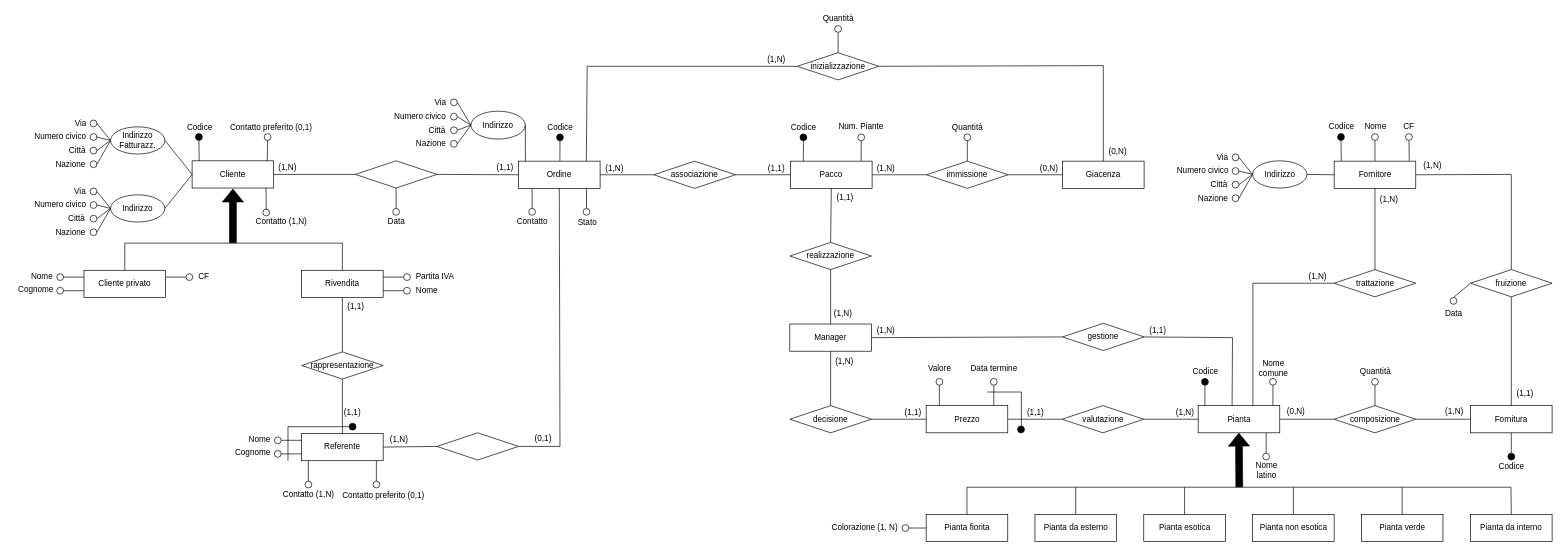
Earlier version of the draw.io diagram ER-diagrams/ER-master.drawio (nic-agos/Verde-S.R.L). Source tidied: cells renumbered, new cells numbered last; positions are measured from the earlier drawing's top-left corner, leaving out a move shared by most shapes. Both pictures are drawn from the tidied source at 68%, with x=0, y=0 at pixel (12, 12).
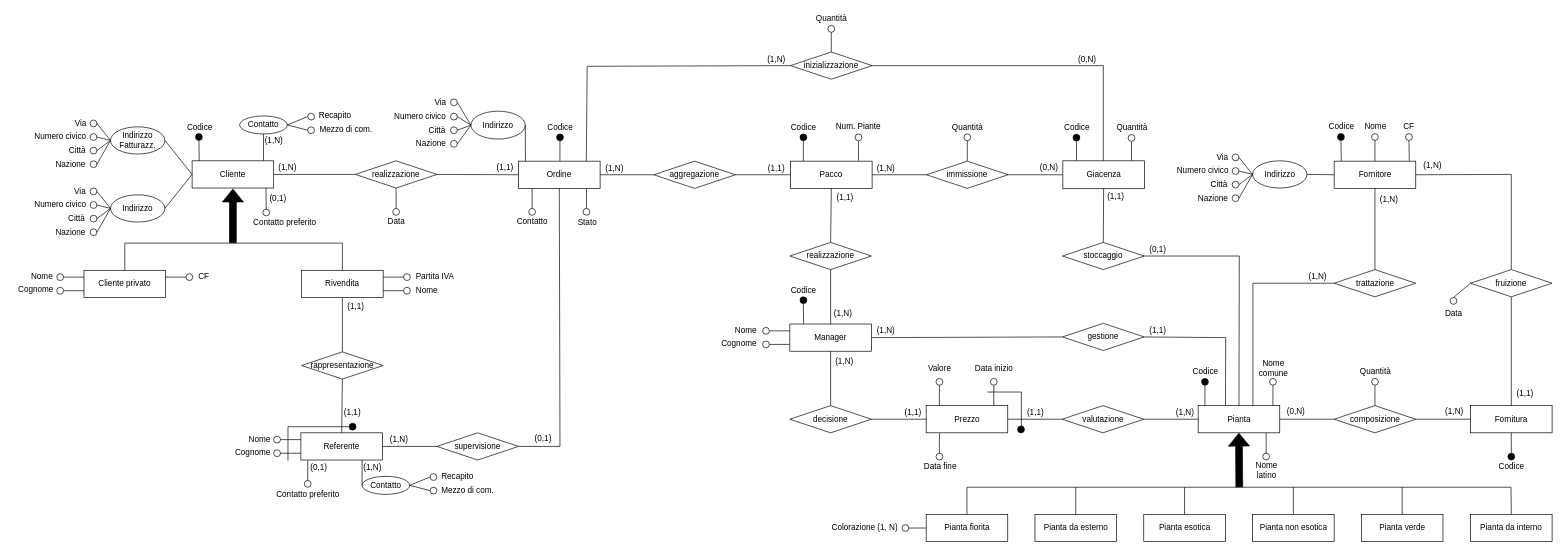
After the change.

Unchanged cells that the change refers to:
```xml
<mxCell id="2" value="Cliente" style="rounded=0;whiteSpace=wrap;html=1;strokeWidth=1;perimeterSpacing=0;" parent="1" vertex="1">
  <mxGeometry x="265" y="219" width="120" height="40" as="geometry" />
</mxCell>
<mxCell id="81" value="Pacco" style="rounded=0;whiteSpace=wrap;html=1;strokeWidth=1;perimeterSpacing=0;" parent="1" vertex="1">
  <mxGeometry x="1145" y="219.5" width="120" height="40" as="geometry" />
</mxCell>
<mxCell id="94" value="immissione" style="rhombus;whiteSpace=wrap;html=1;" parent="1" vertex="1">
  <mxGeometry x="1345" y="219.5" width="120" height="40" as="geometry" />
</mxCell>
<mxCell id="143" value="Pianta" style="rounded=0;whiteSpace=wrap;html=1;strokeWidth=1;perimeterSpacing=0;" parent="1" vertex="1">
  <mxGeometry x="1744.5" y="579" width="120" height="40" as="geometry" />
</mxCell>
<mxCell id="165" value="Prezzo" style="rounded=0;whiteSpace=wrap;html=1;strokeWidth=1;perimeterSpacing=0;" parent="1" vertex="1">
  <mxGeometry x="1344.5" y="579" width="120" height="40" as="geometry" />
</mxCell>
<mxCell id="179" value="Manager" style="rounded=0;whiteSpace=wrap;html=1;strokeWidth=1;perimeterSpacing=0;" parent="1" vertex="1">
  <mxGeometry x="1144" y="459" width="120" height="40" as="geometry" />
</mxCell>
<mxCell id="181" value="gestione" style="rhombus;whiteSpace=wrap;html=1;" parent="1" vertex="1">
  <mxGeometry x="1545" y="458" width="120" height="40" as="geometry" />
</mxCell>
```

Diff of the diagram source:
```diff
@@
-    <mxCell id="7" value="Contatto (1,N)" style="text;html=1;align=center;verticalAlign=middle;strokeColor=none;fillColor=none;" parent="1" vertex="1">
-      <mxGeometry x="351" y="299" width="90" height="20" as="geometry" />
-    </mxCell>
@@
-    <mxCell id="22" value="Contatto preferito (0,1)" style="text;html=1;align=center;verticalAlign=middle;strokeColor=none;fillColor=none;" parent="1" vertex="1">
-      <mxGeometry x="311" y="160" width="140" height="20" as="geometry" />
+    <mxCell id="22" value="Contatto preferito" style="text;html=1;align=center;verticalAlign=middle;strokeColor=none;fillColor=none;" parent="1" vertex="1">
+      <mxGeometry x="346" y="300" width="110" height="20" as="geometry" />
     </mxCell>
@@
     <mxCell id="44" value="Referente" style="rounded=0;whiteSpace=wrap;html=1;strokeWidth=1;perimeterSpacing=0;" parent="1" vertex="1">
-      <mxGeometry x="426" y="620" width="120" height="40" as="geometry" />
+      <mxGeometry x="425" y="619" width="120" height="40" as="geometry" />
     </mxCell>
@@
     <mxCell id="48" style="ellipse;whiteSpace=wrap;html=1;strokeWidth=1;fillColor=none;" parent="1" vertex="1">
-      <mxGeometry x="386" y="625" width="10" height="10" as="geometry" />
+      <mxGeometry x="385" y="624" width="10" height="10" as="geometry" />
     </mxCell>
-    <mxCell id="49" style="endArrow=none;html=1;rounded=0;fillColor=#000000;exitX=1;exitY=0.5;exitDx=0;exitDy=0;entryX=0;entryY=0.25;entryDx=0;entryDy=0;" parent="1" edge="1" source="48">
-      <mxGeometry relative="1" as="geometry">
-        <mxPoint x="426" y="630" as="targetPoint" />
-      </mxGeometry>
+    <mxCell id="49" style="endArrow=none;html=1;rounded=0;fillColor=#000000;exitX=1;exitY=0.5;exitDx=0;exitDy=0;entryX=0;entryY=0.25;entryDx=0;entryDy=0;" parent="1" edge="1" source="48" target="44">
+      <mxGeometry relative="1" as="geometry" />
     </mxCell>
@@
     <mxCell id="51" style="ellipse;whiteSpace=wrap;html=1;strokeWidth=1;fillColor=none;" parent="1" vertex="1">
-      <mxGeometry x="386" y="645" width="10" height="10" as="geometry" />
+      <mxGeometry x="385" y="644" width="10" height="10" as="geometry" />
     </mxCell>
-    <mxCell id="52" style="endArrow=none;html=1;rounded=0;fillColor=#000000;entryX=0;entryY=0.75;entryDx=0;entryDy=0;" parent="1" edge="1">
-      <mxGeometry relative="1" as="geometry">
-        <mxPoint x="396" y="650" as="sourcePoint" />
-        <mxPoint x="426" y="650" as="targetPoint" />
-      </mxGeometry>
+    <mxCell id="52" style="endArrow=none;html=1;rounded=0;fillColor=#000000;entryX=0;entryY=0.75;entryDx=0;entryDy=0;exitX=1;exitY=0.5;exitDx=0;exitDy=0;" parent="1" edge="1" source="51" target="44">
+      <mxGeometry relative="1" as="geometry" />
     </mxCell>
@@
-    <mxCell id="54" value="Contatto (1,N)" style="text;html=1;align=center;verticalAlign=middle;strokeColor=none;fillColor=none;" parent="1" vertex="1">
-      <mxGeometry x="391" y="700" width="90" height="20" as="geometry" />
-    </mxCell>
-    <mxCell id="55" value="Contatto preferito (0,1)" style="text;html=1;align=center;verticalAlign=middle;strokeColor=none;fillColor=none;" parent="1" vertex="1">
-      <mxGeometry x="476" y="701" width="140" height="20" as="geometry" />
+    <mxCell id="55" value="Contatto preferito" style="text;html=1;align=center;verticalAlign=middle;strokeColor=none;fillColor=none;" parent="1" vertex="1">
+      <mxGeometry x="380" y="700" width="110" height="20" as="geometry" />
     </mxCell>
@@
-    <mxCell id="61" style="ellipse;whiteSpace=wrap;html=1;strokeWidth=1;fillColor=none;" parent="1" vertex="1">
-      <mxGeometry x="371" y="179" width="10" height="10" as="geometry" />
-    </mxCell>
-    <mxCell id="62" style="rhombus;whiteSpace=wrap;html=1;" parent="1" vertex="1">
+    <mxCell id="62" value="realizzazione" style="rhombus;whiteSpace=wrap;html=1;" parent="1" vertex="1">
       <mxGeometry x="505" y="219" width="120" height="40" as="geometry" />
     </mxCell>
@@
-    <mxCell id="78" style="endArrow=none;html=1;rounded=0;entryX=0.5;entryY=1;entryDx=0;entryDy=0;exitX=0.921;exitY=0.014;exitDx=0;exitDy=0;exitPerimeter=0;" parent="1" edge="1" source="2" target="61">
+    <mxCell id="78" style="endArrow=none;html=1;rounded=0;entryX=0.5;entryY=1;entryDx=0;entryDy=0;exitX=0.875;exitY=-0.003;exitDx=0;exitDy=0;exitPerimeter=0;" parent="1" edge="1" source="2" target="276">
       <mxGeometry relative="1" as="geometry" />
     </mxCell>
@@
-    <mxCell id="90" value="associazione" style="rhombus;whiteSpace=wrap;html=1;" parent="1" vertex="1">
+    <mxCell id="90" value="aggregazione" style="rhombus;whiteSpace=wrap;html=1;" parent="1" vertex="1">
       <mxGeometry x="944" y="219.5" width="120" height="40" as="geometry" />
     </mxCell>
@@
-    <mxCell id="93" value="Giacenza" style="rounded=0;whiteSpace=wrap;html=1;strokeWidth=1;perimeterSpacing=0;" parent="1" vertex="1">
-      <mxGeometry x="1545" y="219.5" width="120" height="40" as="geometry" />
-    </mxCell>
@@
-    <mxCell id="96" style="endArrow=none;html=1;rounded=0;entryX=0;entryY=0.5;entryDx=0;entryDy=0;exitX=1;exitY=0.5;exitDx=0;exitDy=0;" parent="1" edge="1" source="94" target="93">
+    <mxCell id="96" style="endArrow=none;html=1;rounded=0;exitX=1;exitY=0.5;exitDx=0;exitDy=0;entryX=0;entryY=0.5;entryDx=0;entryDy=0;" parent="1" edge="1" source="94" target="93">
       <mxGeometry relative="1" as="geometry" />
     </mxCell>
-    <mxCell id="97" style="endArrow=none;html=1;rounded=0;fillColor=#000000;entryX=0.166;entryY=0;entryDx=0;entryDy=0;entryPerimeter=0;exitX=0.5;exitY=1;exitDx=0;exitDy=0;" parent="1" edge="1" source="98">
-      <mxGeometry relative="1" as="geometry">
-        <mxPoint x="1248.9" y="219.5" as="targetPoint" />
-      </mxGeometry>
+    <mxCell id="97" style="endArrow=none;html=1;rounded=0;fillColor=#000000;exitX=0.5;exitY=1;exitDx=0;exitDy=0;entryX=0.833;entryY=-0.013;entryDx=0;entryDy=0;entryPerimeter=0;" parent="1" edge="1" source="98" target="81">
+      <mxGeometry relative="1" as="geometry" />
     </mxCell>
     <mxCell id="98" style="ellipse;whiteSpace=wrap;html=1;strokeWidth=1;fillColor=none;" parent="1" vertex="1">
-      <mxGeometry x="1244" y="179.5" width="10" height="10" as="geometry" />
+      <mxGeometry x="1240" y="179.5" width="10" height="10" as="geometry" />
     </mxCell>
     <mxCell id="99" value="&lt;span style=&quot;color: rgb(0 , 0 , 0) ; font-family: &amp;#34;helvetica&amp;#34; ; font-size: 12px ; font-style: normal ; font-weight: 400 ; letter-spacing: normal ; text-align: center ; text-indent: 0px ; text-transform: none ; word-spacing: 0px ; background-color: rgb(248 , 249 , 250) ; display: inline ; float: none&quot;&gt;Num. Piante&lt;/span&gt;" style="text;whiteSpace=wrap;html=1;" parent="1" vertex="1">
-      <mxGeometry x="1214" y="154.5" width="80" height="30" as="geometry" />
+      <mxGeometry x="1210" y="154.5" width="80" height="30" as="geometry" />
     </mxCell>
@@
     <mxCell id="102" value="inizializzazione" style="rhombus;whiteSpace=wrap;html=1;" parent="1" vertex="1">
-      <mxGeometry x="1155" y="60" width="120" height="40" as="geometry" />
+      <mxGeometry x="1145" y="59" width="120" height="40" as="geometry" />
     </mxCell>
@@
-    <mxCell id="117" style="endArrow=none;html=1;rounded=0;exitX=1;exitY=0.5;exitDx=0;exitDy=0;entryX=0.5;entryY=0;entryDx=0;entryDy=0;" parent="1" edge="1" source="102" target="93">
+    <mxCell id="117" style="endArrow=none;html=1;rounded=0;exitX=1;exitY=0.5;exitDx=0;exitDy=0;entryX=0.5;entryY=0;entryDx=0;entryDy=0;" parent="1" edge="1" source="102">
       <mxGeometry relative="1" as="geometry">
+        <mxPoint x="1605" y="219.5" as="targetPoint" />
         <Array as="points">
           <mxPoint x="1605" y="79" />
         </Array>
       </mxGeometry>
     </mxCell>
-    <mxCell id="118" style="endArrow=none;html=1;rounded=0;fillColor=#000000;exitX=0.5;exitY=1;exitDx=0;exitDy=0;" parent="1" edge="1" source="119">
-      <mxGeometry relative="1" as="geometry">
-        <mxPoint x="1215" y="60" as="targetPoint" />
-      </mxGeometry>
+    <mxCell id="118" style="endArrow=none;html=1;rounded=0;fillColor=#000000;exitX=0.5;exitY=1;exitDx=0;exitDy=0;entryX=0.5;entryY=0;entryDx=0;entryDy=0;" parent="1" edge="1" source="119" target="102">
+      <mxGeometry relative="1" as="geometry" />
     </mxCell>
     <mxCell id="119" style="ellipse;whiteSpace=wrap;html=1;strokeWidth=1;fillColor=none;" parent="1" vertex="1">
-      <mxGeometry x="1210" y="20" width="10" height="10" as="geometry" />
+      <mxGeometry x="1200" y="20" width="10" height="10" as="geometry" />
     </mxCell>
     <mxCell id="120" value="Quantità" style="text;html=1;align=center;verticalAlign=middle;strokeColor=none;fillColor=none;" parent="1" vertex="1">
-      <mxGeometry x="1185" width="60" height="20" as="geometry" />
+      <mxGeometry x="1175" width="60" height="20" as="geometry" />
     </mxCell>
@@
     <mxCell id="125" value="(0,N)" style="text;html=1;align=center;verticalAlign=middle;strokeColor=none;fillColor=none;" parent="1" vertex="1">
-      <mxGeometry x="1505" y="219.5" width="40" height="20" as="geometry" />
+      <mxGeometry x="1504.5" y="219" width="40" height="20" as="geometry" />
     </mxCell>
@@
-    <mxCell id="127" style="ellipse;whiteSpace=wrap;html=1;strokeWidth=1;fillColor=none;" parent="1" vertex="1">
-      <mxGeometry x="431" y="690" width="10" height="10" as="geometry" />
-    </mxCell>
-    <mxCell id="128" style="endArrow=none;html=1;rounded=0;entryX=0.917;entryY=1;entryDx=0;entryDy=0;entryPerimeter=0;" parent="1" edge="1">
-      <mxGeometry relative="1" as="geometry">
-        <mxPoint x="436" y="690" as="sourcePoint" />
-        <mxPoint x="436" y="660" as="targetPoint" />
-      </mxGeometry>
+    <mxCell id="128" style="endArrow=none;html=1;rounded=0;entryX=0.084;entryY=1.008;entryDx=0;entryDy=0;entryPerimeter=0;exitX=0.5;exitY=0;exitDx=0;exitDy=0;" parent="1" edge="1" source="294" target="44">
+      <mxGeometry relative="1" as="geometry" />
     </mxCell>
-    <mxCell id="129" style="ellipse;whiteSpace=wrap;html=1;strokeWidth=1;fillColor=none;" parent="1" vertex="1">
-      <mxGeometry x="531" y="690" width="10" height="10" as="geometry" />
-    </mxCell>
-    <mxCell id="130" style="endArrow=none;html=1;rounded=0;entryX=0.917;entryY=1;entryDx=0;entryDy=0;entryPerimeter=0;" parent="1" edge="1">
-      <mxGeometry relative="1" as="geometry">
-        <mxPoint x="536" y="690" as="sourcePoint" />
-        <mxPoint x="536" y="660" as="targetPoint" />
-      </mxGeometry>
-    </mxCell>
-    <mxCell id="131" style="rhombus;whiteSpace=wrap;html=1;" parent="1" vertex="1">
+    <mxCell id="131" value="supervisione" style="rhombus;whiteSpace=wrap;html=1;" parent="1" vertex="1">
       <mxGeometry x="625" y="619" width="120" height="40" as="geometry" />
     </mxCell>
@@
     <mxCell id="137" value="(0,N)" style="text;html=1;align=center;verticalAlign=middle;strokeColor=none;fillColor=none;" parent="1" vertex="1">
-      <mxGeometry x="1606" y="196" width="40" height="20" as="geometry" />
+      <mxGeometry x="1560.5" y="60" width="40" height="20" as="geometry" />
     </mxCell>
@@
-    <mxCell id="173" value="Data termine" style="text;html=1;align=center;verticalAlign=middle;strokeColor=none;fillColor=none;" parent="1" vertex="1">
-      <mxGeometry x="1404" y="514" width="80" height="20" as="geometry" />
+    <mxCell id="173" value="Data inizio" style="text;html=1;align=center;verticalAlign=middle;strokeColor=none;fillColor=none;" parent="1" vertex="1">
+      <mxGeometry x="1409" y="514" width="70" height="20" as="geometry" />
     </mxCell>
@@
-    <mxCell id="221" style="endArrow=none;html=1;rounded=0;exitX=1;exitY=0.5;exitDx=0;exitDy=0;entryX=0.416;entryY=0.001;entryDx=0;entryDy=0;entryPerimeter=0;" parent="1" edge="1" source="181" target="143">
+    <mxCell id="221" style="endArrow=none;html=1;rounded=0;exitX=1;exitY=0.5;exitDx=0;exitDy=0;entryX=0.335;entryY=-0.006;entryDx=0;entryDy=0;entryPerimeter=0;" parent="1" edge="1" source="181" target="143">
       <mxGeometry relative="1" as="geometry">
         <Array as="points">
-          <mxPoint x="1795" y="479" />
+          <mxPoint x="1785" y="479" />
         </Array>
       </mxGeometry>
     </mxCell>
@@
+    <mxCell id="253" value="stoccaggio" style="rhombus;whiteSpace=wrap;html=1;" parent="1" vertex="1">
+      <mxGeometry x="1545" y="339" width="120" height="40" as="geometry" />
+    </mxCell>
+    <mxCell id="93" value="Giacenza" style="rounded=0;whiteSpace=wrap;html=1;strokeWidth=1;perimeterSpacing=0;" parent="1" vertex="1">
+      <mxGeometry x="1545.5" y="219" width="120" height="41" as="geometry" />
+    </mxCell>
+    <mxCell id="254" style="endArrow=none;html=1;rounded=0;fillColor=#000000;exitX=0.5;exitY=1;exitDx=0;exitDy=0;entryX=0.168;entryY=-0.011;entryDx=0;entryDy=0;entryPerimeter=0;" parent="1" edge="1" source="255" target="93">
+      <mxGeometry relative="1" as="geometry" />
+    </mxCell>
+    <mxCell id="255" style="ellipse;whiteSpace=wrap;html=1;strokeWidth=1;fillColor=#000000;" parent="1" vertex="1">
+      <mxGeometry x="1560.5" y="180" width="10" height="10" as="geometry" />
+    </mxCell>
+    <mxCell id="256" value="Codice" style="text;html=1;align=center;verticalAlign=middle;strokeColor=none;fillColor=none;" parent="1" vertex="1">
+      <mxGeometry x="1540.5" y="160" width="50" height="20" as="geometry" />
+    </mxCell>
+    <mxCell id="257" style="endArrow=none;html=1;rounded=0;fillColor=#000000;exitX=0.5;exitY=1;exitDx=0;exitDy=0;entryX=0.842;entryY=-0.009;entryDx=0;entryDy=0;entryPerimeter=0;" parent="1" edge="1" source="258" target="93">
+      <mxGeometry relative="1" as="geometry" />
+    </mxCell>
+    <mxCell id="258" style="ellipse;whiteSpace=wrap;html=1;strokeWidth=1;fillColor=none;" parent="1" vertex="1">
+      <mxGeometry x="1641.5" y="180.4" width="10" height="10" as="geometry" />
+    </mxCell>
+    <mxCell id="259" value="Quantità" style="text;html=1;align=center;verticalAlign=middle;strokeColor=none;fillColor=none;" parent="1" vertex="1">
+      <mxGeometry x="1616.5" y="160.4" width="60" height="20" as="geometry" />
+    </mxCell>
+    <mxCell id="260" style="endArrow=none;html=1;rounded=0;entryX=0.5;entryY=1;entryDx=0;entryDy=0;exitX=0.5;exitY=0;exitDx=0;exitDy=0;" parent="1" edge="1" source="253" target="93">
+      <mxGeometry relative="1" as="geometry" />
+    </mxCell>
+    <mxCell id="261" style="endArrow=none;html=1;rounded=0;entryX=0.5;entryY=0;entryDx=0;entryDy=0;exitX=1;exitY=0.5;exitDx=0;exitDy=0;" parent="1" edge="1" source="253" target="143">
+      <mxGeometry relative="1" as="geometry">
+        <Array as="points">
+          <mxPoint x="1805" y="359" />
+        </Array>
+      </mxGeometry>
+    </mxCell>
+    <mxCell id="262" value="(0,1)" style="text;html=1;align=center;verticalAlign=middle;strokeColor=none;fillColor=none;" parent="1" vertex="1">
+      <mxGeometry x="1665" y="339" width="40" height="20" as="geometry" />
+    </mxCell>
+    <mxCell id="263" value="(1,1)" style="text;html=1;align=center;verticalAlign=middle;strokeColor=none;fillColor=none;" parent="1" vertex="1">
+      <mxGeometry x="1603" y="262" width="40" height="20" as="geometry" />
+    </mxCell>
+    <mxCell id="264" style="ellipse;whiteSpace=wrap;html=1;strokeWidth=1;fillColor=#000000;" parent="1" vertex="1">
+      <mxGeometry x="1159" y="419" width="10" height="10" as="geometry" />
+    </mxCell>
+    <mxCell id="265" style="endArrow=none;html=1;rounded=0;entryX=0.5;entryY=1;entryDx=0;entryDy=0;exitX=0.169;exitY=-0.004;exitDx=0;exitDy=0;exitPerimeter=0;" parent="1" edge="1" source="179" target="264">
+      <mxGeometry relative="1" as="geometry" />
+    </mxCell>
+    <mxCell id="266" value="Codice" style="text;html=1;align=center;verticalAlign=middle;strokeColor=none;fillColor=none;" parent="1" vertex="1">
+      <mxGeometry x="1139" y="400" width="50" height="20" as="geometry" />
+    </mxCell>
+    <mxCell id="267" style="ellipse;whiteSpace=wrap;html=1;strokeWidth=1;fillColor=none;" parent="1" vertex="1">
+      <mxGeometry x="1104" y="464" width="10" height="10" as="geometry" />
+    </mxCell>
+    <mxCell id="268" style="ellipse;whiteSpace=wrap;html=1;strokeWidth=1;fillColor=none;" parent="1" vertex="1">
+      <mxGeometry x="1104" y="484" width="10" height="10" as="geometry" />
+    </mxCell>
+    <mxCell id="269" style="endArrow=none;html=1;rounded=0;exitX=1;exitY=0.5;exitDx=0;exitDy=0;entryX=0;entryY=0.75;entryDx=0;entryDy=0;" parent="1" edge="1" source="268" target="179">
+      <mxGeometry relative="1" as="geometry" />
+    </mxCell>
+    <mxCell id="270" style="endArrow=none;html=1;rounded=0;exitX=1;exitY=0.5;exitDx=0;exitDy=0;entryX=0;entryY=0.25;entryDx=0;entryDy=0;" parent="1" edge="1" source="267" target="179">
+      <mxGeometry relative="1" as="geometry" />
+    </mxCell>
+    <mxCell id="271" value="Nome" style="text;html=1;align=center;verticalAlign=middle;strokeColor=none;fillColor=none;" parent="1" vertex="1">
+      <mxGeometry x="1054" y="458" width="50" height="20" as="geometry" />
+    </mxCell>
+    <mxCell id="272" value="Cognome" style="text;html=1;align=center;verticalAlign=middle;strokeColor=none;fillColor=none;" parent="1" vertex="1">
+      <mxGeometry x="1034" y="478" width="70" height="20" as="geometry" />
+    </mxCell>
+    <mxCell id="273" style="ellipse;whiteSpace=wrap;html=1;strokeWidth=1;fillColor=none;" parent="1" vertex="1">
+      <mxGeometry x="1359" y="649" width="10" height="10" as="geometry" />
+    </mxCell>
+    <mxCell id="274" style="endArrow=none;html=1;rounded=0;exitX=0.5;exitY=0;exitDx=0;exitDy=0;entryX=0.162;entryY=1.011;entryDx=0;entryDy=0;entryPerimeter=0;" parent="1" edge="1" source="273" target="165">
+      <mxGeometry relative="1" as="geometry" />
+    </mxCell>
+    <mxCell id="275" value="Data fine" style="text;html=1;align=center;verticalAlign=middle;strokeColor=none;fillColor=none;" parent="1" vertex="1">
+      <mxGeometry x="1335" y="659" width="60" height="20" as="geometry" />
+    </mxCell>
+    <mxCell id="276" value="Contatto" style="ellipse;whiteSpace=wrap;html=1;" parent="1" vertex="1">
+      <mxGeometry x="335" y="153" width="70" height="26.5" as="geometry" />
+    </mxCell>
+    <mxCell id="277" value="(1,N)" style="text;html=1;align=center;verticalAlign=middle;strokeColor=none;fillColor=none;" parent="1" vertex="1">
+      <mxGeometry x="365" y="180.4" width="40" height="20" as="geometry" />
+    </mxCell>
+    <mxCell id="278" value="(0,1)" style="text;html=1;align=center;verticalAlign=middle;strokeColor=none;fillColor=none;" parent="1" vertex="1">
+      <mxGeometry x="371" y="264" width="40" height="20" as="geometry" />
+    </mxCell>
+    <mxCell id="279" style="ellipse;whiteSpace=wrap;html=1;strokeWidth=1;fillColor=none;" parent="1" vertex="1">
+      <mxGeometry x="435" y="149" width="10" height="10" as="geometry" />
+    </mxCell>
+    <mxCell id="280" style="ellipse;whiteSpace=wrap;html=1;strokeWidth=1;fillColor=none;" parent="1" vertex="1">
+      <mxGeometry x="435" y="169" width="10" height="10" as="geometry" />
+    </mxCell>
+    <mxCell id="281" style="endArrow=none;html=1;rounded=0;entryX=0;entryY=0.5;entryDx=0;entryDy=0;exitX=1;exitY=0.5;exitDx=0;exitDy=0;" parent="1" edge="1" source="276" target="279">
+      <mxGeometry relative="1" as="geometry" />
+    </mxCell>
+    <mxCell id="282" style="endArrow=none;html=1;rounded=0;entryX=0;entryY=0.5;entryDx=0;entryDy=0;exitX=1;exitY=0.5;exitDx=0;exitDy=0;" parent="1" edge="1" source="276" target="280">
+      <mxGeometry relative="1" as="geometry" />
+    </mxCell>
+    <mxCell id="283" value="Recapito" style="text;html=1;align=center;verticalAlign=middle;strokeColor=none;fillColor=none;" parent="1" vertex="1">
+      <mxGeometry x="445" y="143" width="60" height="20" as="geometry" />
+    </mxCell>
+    <mxCell id="284" value="Mezzo di com." style="text;html=1;align=center;verticalAlign=middle;strokeColor=none;fillColor=none;" parent="1" vertex="1">
+      <mxGeometry x="446" y="163" width="90" height="20" as="geometry" />
+    </mxCell>
+    <mxCell id="285" value="Contatto" style="ellipse;whiteSpace=wrap;html=1;" parent="1" vertex="1">
+      <mxGeometry x="515" y="683" width="70" height="26.5" as="geometry" />
+    </mxCell>
+    <mxCell id="286" value="(1,N)" style="text;html=1;align=center;verticalAlign=middle;strokeColor=none;fillColor=none;" parent="1" vertex="1">
+      <mxGeometry x="510" y="660" width="40" height="20" as="geometry" />
+    </mxCell>
+    <mxCell id="287" style="ellipse;whiteSpace=wrap;html=1;strokeWidth=1;fillColor=none;" parent="1" vertex="1">
+      <mxGeometry x="615" y="679" width="10" height="10" as="geometry" />
+    </mxCell>
+    <mxCell id="288" style="ellipse;whiteSpace=wrap;html=1;strokeWidth=1;fillColor=none;" parent="1" vertex="1">
+      <mxGeometry x="615" y="699" width="10" height="10" as="geometry" />
+    </mxCell>
+    <mxCell id="289" style="endArrow=none;html=1;rounded=0;entryX=0;entryY=0.5;entryDx=0;entryDy=0;exitX=1;exitY=0.5;exitDx=0;exitDy=0;" parent="1" edge="1" source="285" target="287">
+      <mxGeometry relative="1" as="geometry" />
+    </mxCell>
+    <mxCell id="290" style="endArrow=none;html=1;rounded=0;entryX=0;entryY=0.5;entryDx=0;entryDy=0;exitX=1;exitY=0.5;exitDx=0;exitDy=0;" parent="1" edge="1" source="285" target="288">
+      <mxGeometry relative="1" as="geometry" />
+    </mxCell>
+    <mxCell id="291" value="Recapito" style="text;html=1;align=center;verticalAlign=middle;strokeColor=none;fillColor=none;" parent="1" vertex="1">
+      <mxGeometry x="625" y="673" width="60" height="20" as="geometry" />
+    </mxCell>
+    <mxCell id="292" value="Mezzo di com." style="text;html=1;align=center;verticalAlign=middle;strokeColor=none;fillColor=none;" parent="1" vertex="1">
+      <mxGeometry x="625" y="694" width="90" height="20" as="geometry" />
+    </mxCell>
+    <mxCell id="293" value="(0,1)" style="text;html=1;align=center;verticalAlign=middle;strokeColor=none;fillColor=none;" parent="1" vertex="1">
+      <mxGeometry x="431" y="660" width="40" height="20" as="geometry" />
+    </mxCell>
+    <mxCell id="294" style="ellipse;whiteSpace=wrap;html=1;strokeWidth=1;fillColor=none;" parent="1" vertex="1">
+      <mxGeometry x="430" y="689" width="10" height="10" as="geometry" />
+    </mxCell>
+    <mxCell id="295" style="endArrow=none;html=1;rounded=0;exitX=0;exitY=0.5;exitDx=0;exitDy=0;entryX=0.75;entryY=1;entryDx=0;entryDy=0;" parent="1" edge="1" source="285" target="44">
+      <mxGeometry relative="1" as="geometry" />
+    </mxCell>
```
